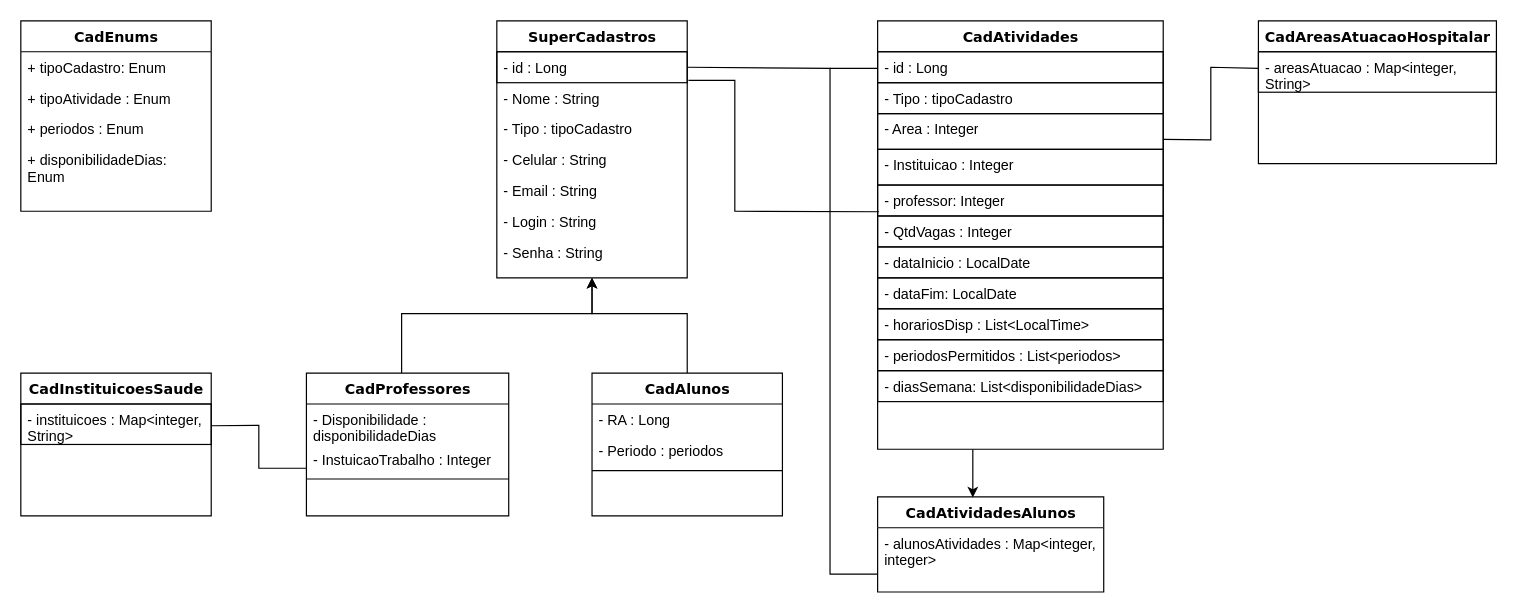
Above: APS-ON/Documentacao/diagramaClasses.drawio in lucasasilva/APS-ON (draw.io), before the change. Source tidied: cells renumbered, new cells numbered last; positions are measured from the earlier drawing's top-left corner, leaving out a move shared by most shapes. Both pictures are drawn from the tidied source at 119%, with x=0, y=0 at pixel (20, 20).
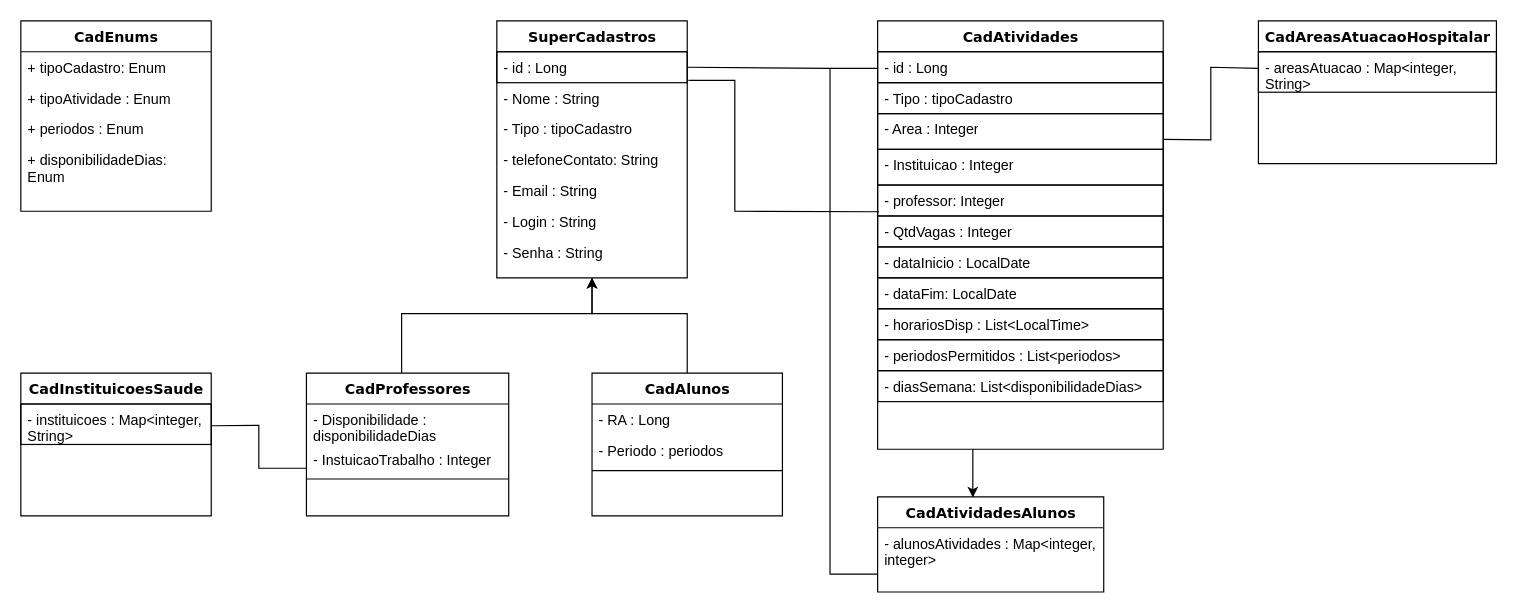
After the change.

Commit message (it also covers changes not shown here):
Criado: Super classe de cadastros Classes de professor e aluno; Classe de instituições; Ajustado caminho dos pacotes

Unchanged cells that the change refers to:
```xml
<mxCell id="2" value="SuperCadastros" style="swimlane;html=1;fontStyle=1;align=center;verticalAlign=top;horizontal=1;startSize=26;swimlaneFillColor=#ffffff;rounded=0;shadow=0;comic=0;labelBackgroundColor=none;strokeWidth=1;fillColor=none;fontFamily=Verdana;fontSize=12;" parent="1" vertex="1">
  <mxGeometry x="400" width="160" height="216" as="geometry" />
</mxCell>
```

What changed in the source:
```diff
@@
-    <mxCell id="6" value="- Celular : String" style="text;html=1;strokeColor=none;fillColor=none;align=left;verticalAlign=top;spacingLeft=4;spacingRight=4;whiteSpace=wrap;overflow=hidden;" parent="2" vertex="1">
+    <mxCell id="6" value="- telefoneContato: String" style="text;html=1;strokeColor=none;fillColor=none;align=left;verticalAlign=top;spacingLeft=4;spacingRight=4;whiteSpace=wrap;overflow=hidden;" parent="2" vertex="1">
       <mxGeometry y="104" width="160" height="26" as="geometry" />
     </mxCell>
```
